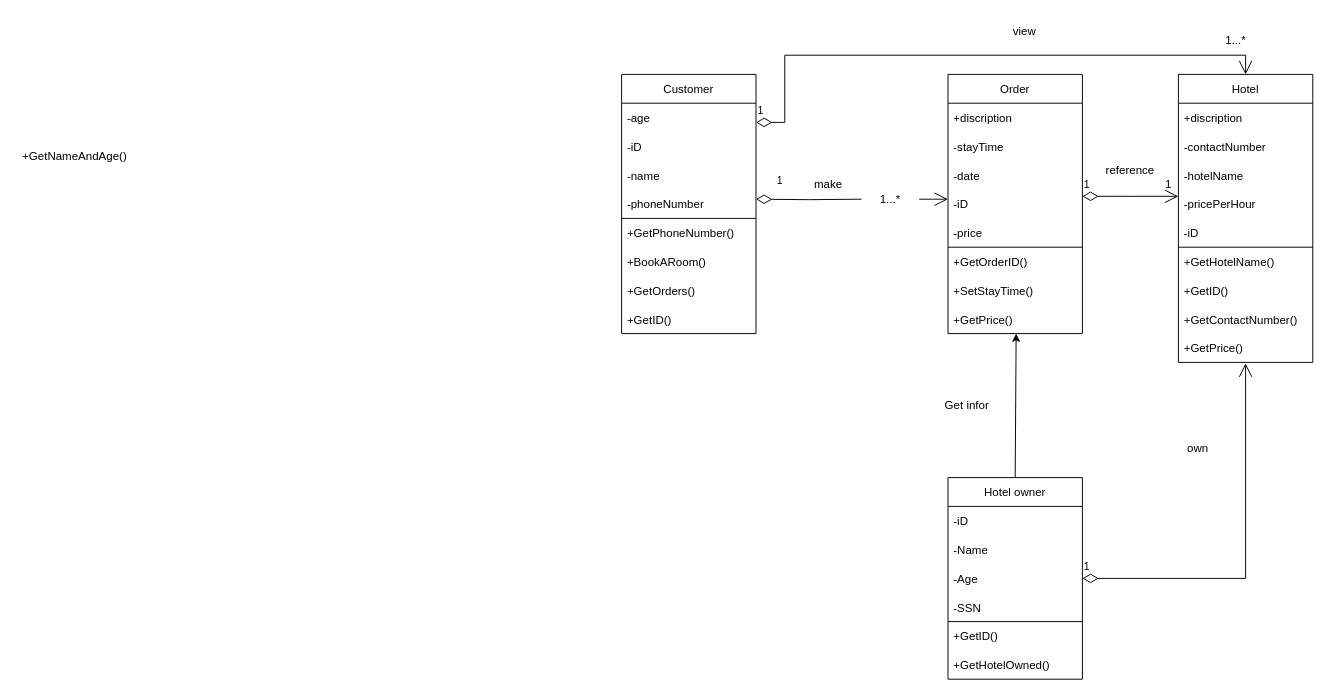
Before: class_diagram.drawio in sonqb2001567/First, a draw.io diagram. Source tidied: cells renumbered, new cells numbered last; positions are measured from the earlier drawing's top-left corner, leaving out a move shared by most shapes. Both pictures are drawn from the tidied source at 96%, with x=0, y=0 at pixel (16, 16).
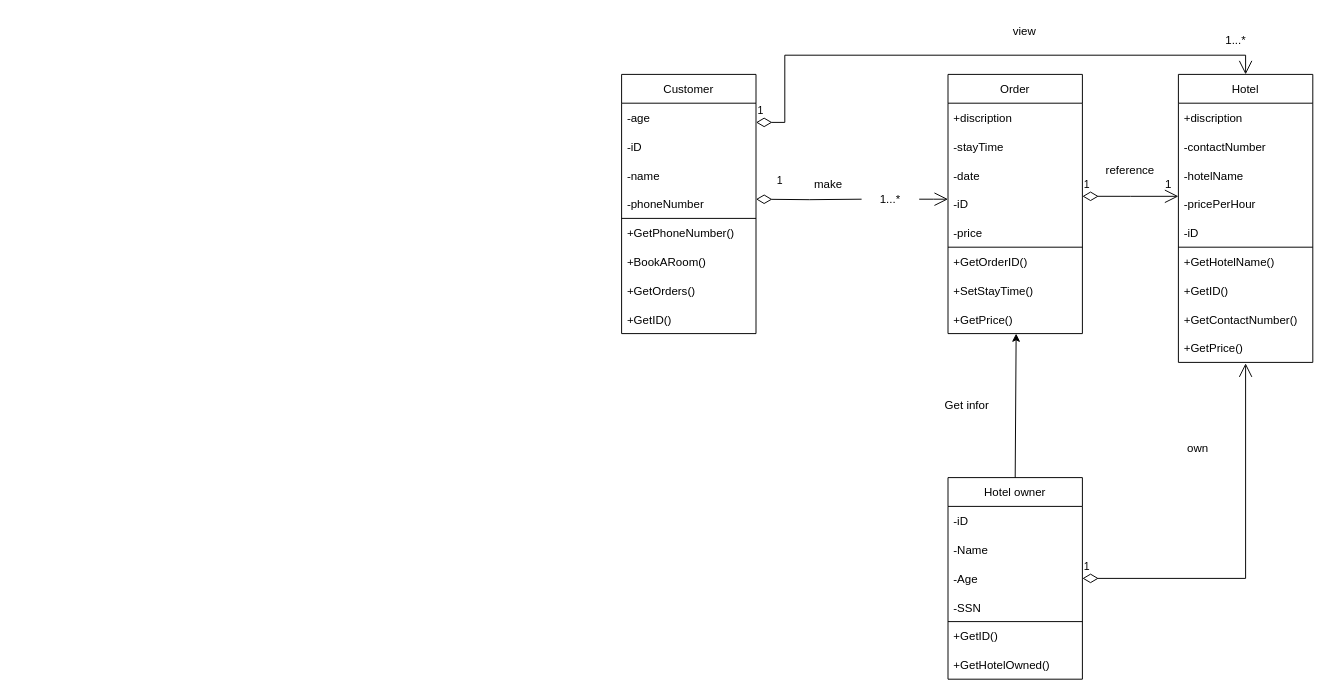
The same diagram, later.

Commit message:
Cập nhật class_diagram.drawio

Diff of the diagram source:
```diff
@@
-    <mxCell id="54" value="+GetNameAndAge()" style="text;strokeColor=none;fillColor=none;align=left;verticalAlign=middle;spacingLeft=4;spacingRight=4;overflow=hidden;" parent="1" vertex="1">
-      <mxGeometry y="130" width="140" height="30" as="geometry" />
-    </mxCell>
```
